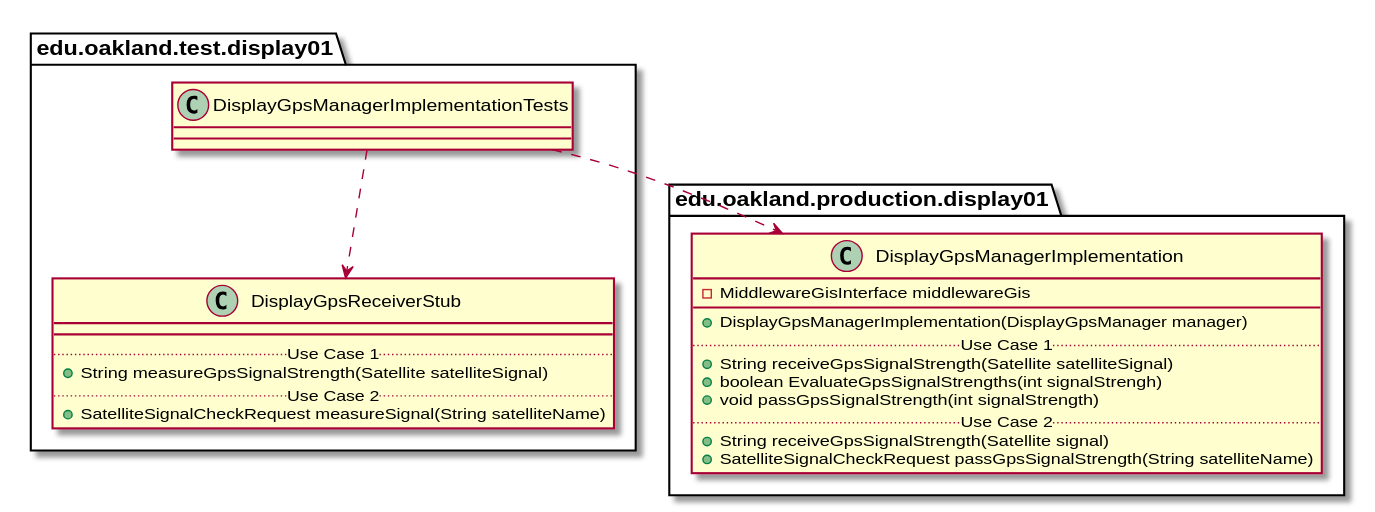
Above: docs/uml-class-diagrams/display01/test/DisplayGpsManagerImplementationTests/DisplayGpsManagerImplementationTests_DirectDependencies.svg in andrewdimmer/csi-3370-software-project (PlantUML), before the change.
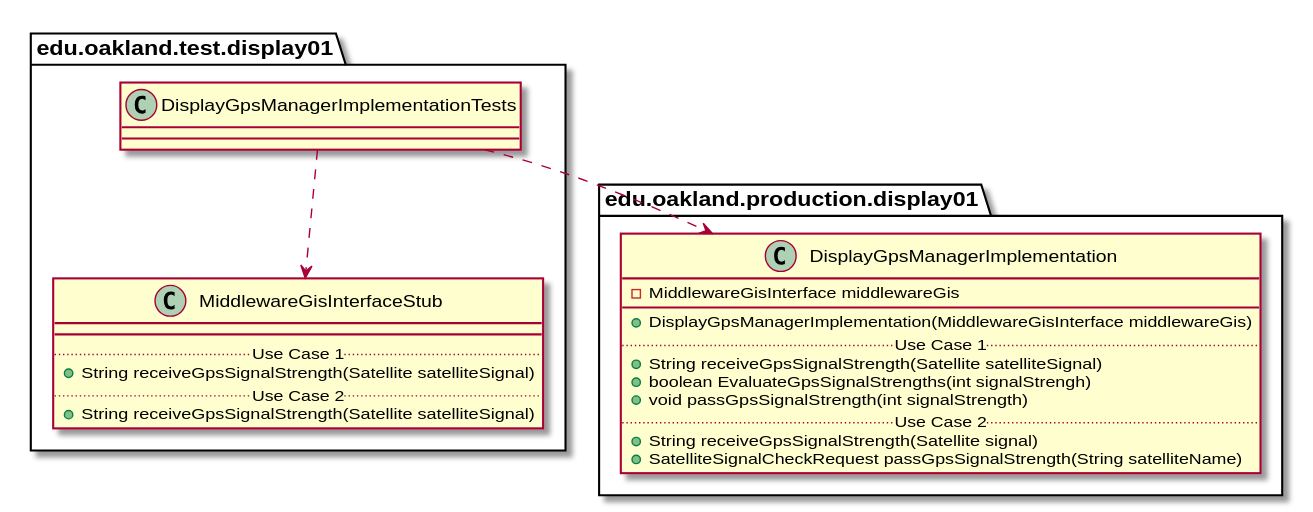
After the change.

The edit, as a diff of the source:
```diff
@@ -10,23 +10,23 @@
 
 
 package edu.oakland.test.display01 {
-    class DisplayGpsReceiverStub {
+    class MiddlewareGisInterfaceStub {
         __
         .. Use Case 1 ..
-        + String measureGpsSignalStrength(Satellite satelliteSignal)
+        + String receiveGpsSignalStrength(Satellite satelliteSignal)
         .. Use Case 2 ..
-        + SatelliteSignalCheckRequest measureSignal(String satelliteName)
+        + String receiveGpsSignalStrength(Satellite satelliteSignal)
     }
 }
 
-DisplayGpsManagerImplementationTests ..> DisplayGpsReceiverStub
+DisplayGpsManagerImplementationTests ..> MiddlewareGisInterfaceStub
 
 
 package edu.oakland.production.display01 {
   class DisplayGpsManagerImplementation {
     - MiddlewareGisInterface middlewareGis
    __
-    + DisplayGpsManagerImplementation(DisplayGpsManager manager)
+    + DisplayGpsManagerImplementation(MiddlewareGisInterface middlewareGis)
     .. Use Case 1 ..
     + String receiveGpsSignalStrength(Satellite satelliteSignal)
     + boolean EvaluateGpsSignalStrengths(int signalStrengh)
```
